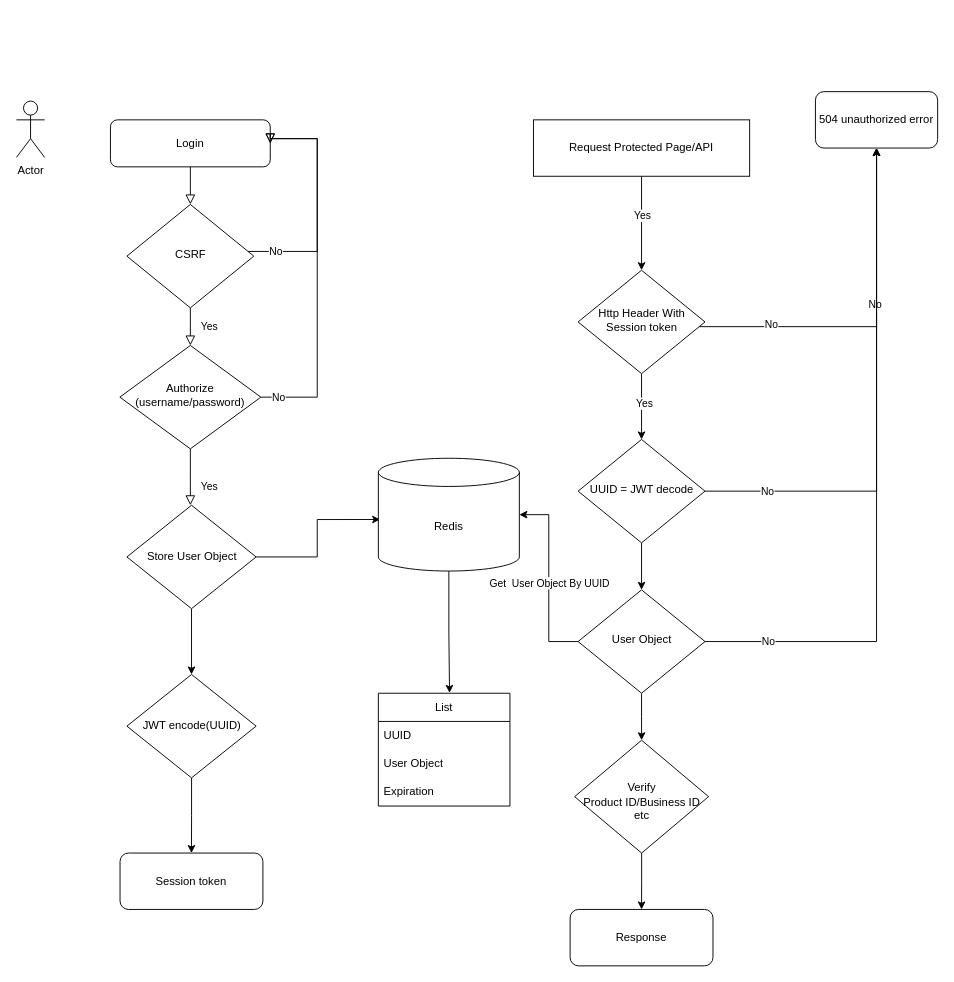
Above: login.drawio in half-6/workflow (draw.io), before the change. Source tidied: cells renumbered, new cells numbered last; positions are measured from the earlier drawing's top-left corner, leaving out a move shared by most shapes. Both pictures are drawn from the tidied source at 94%, with x=0, y=0 at pixel (16, 91).
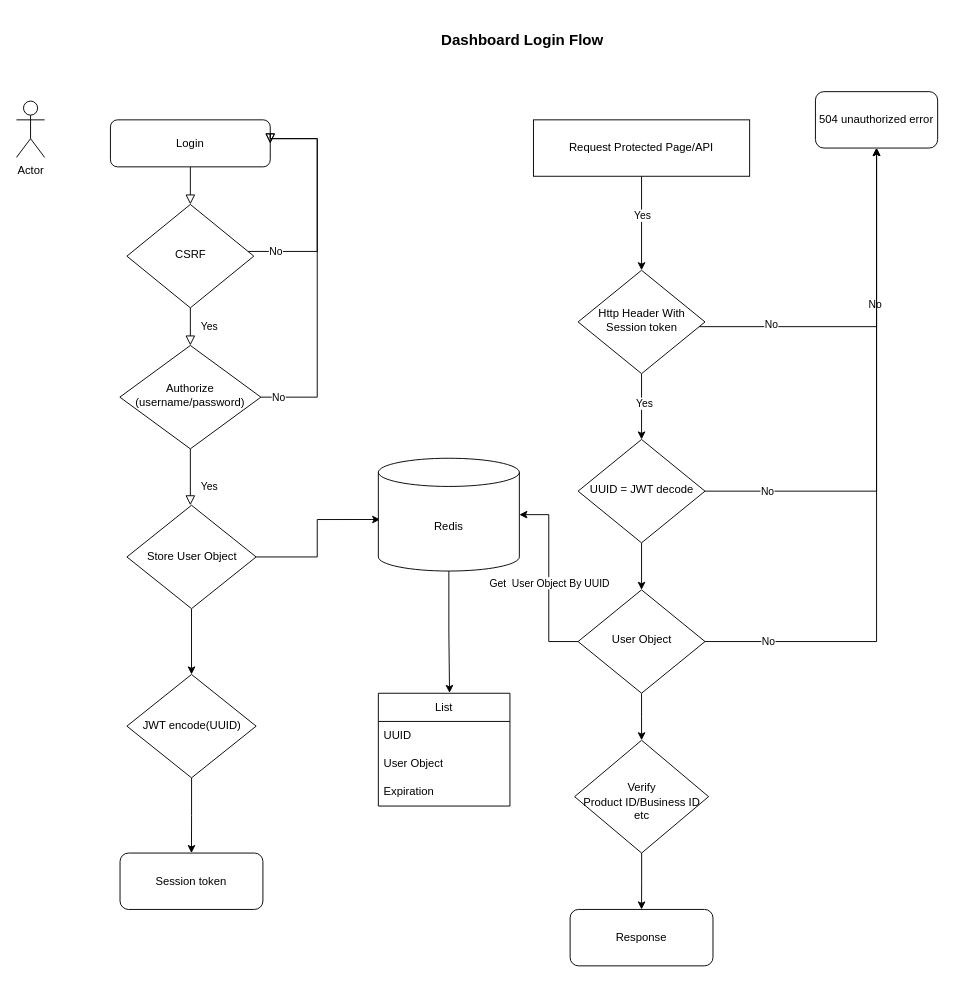
The same page after the edit.

What changed in the source:
```diff
@@
+    <mxCell id="48" value="Dashboard Login Flow" style="text;html=1;strokeColor=none;fillColor=none;align=center;verticalAlign=middle;whiteSpace=wrap;rounded=0;fontStyle=1;fontSize=16;" parent="1" vertex="1">
+      <mxGeometry x="420" y="-80" width="237" height="50" as="geometry" />
+    </mxCell>
```
